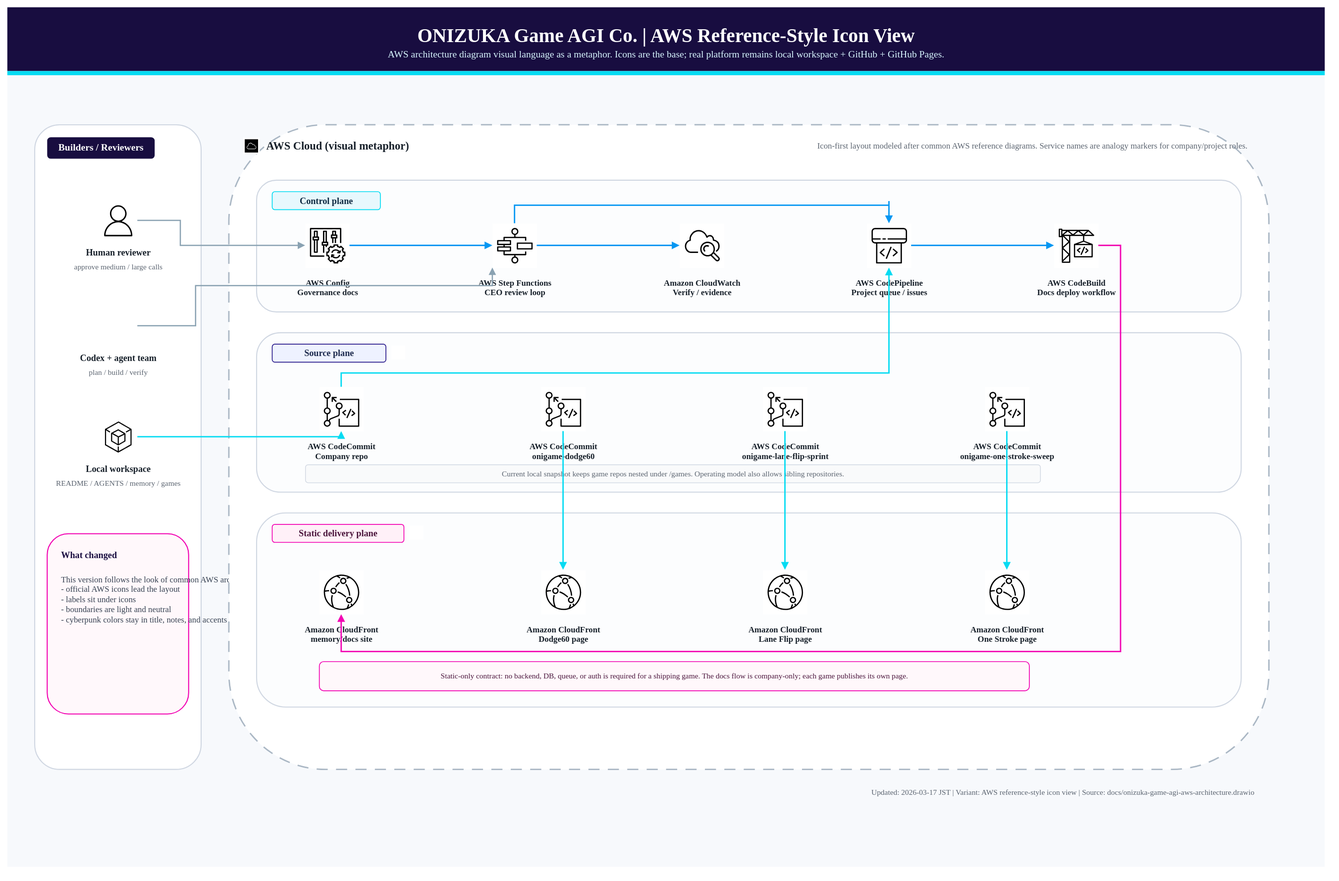
onizuka-agi-co/onizuka-game-agi-co keeps this draw.io diagram as docs/onizuka-game-agi-aws-architecture.drawio.svg. Above is the earlier version. Source tidied: cells renumbered, new cells last; positions are measured from the earlier drawing's top-left corner, leaving out a move shared by most shapes.
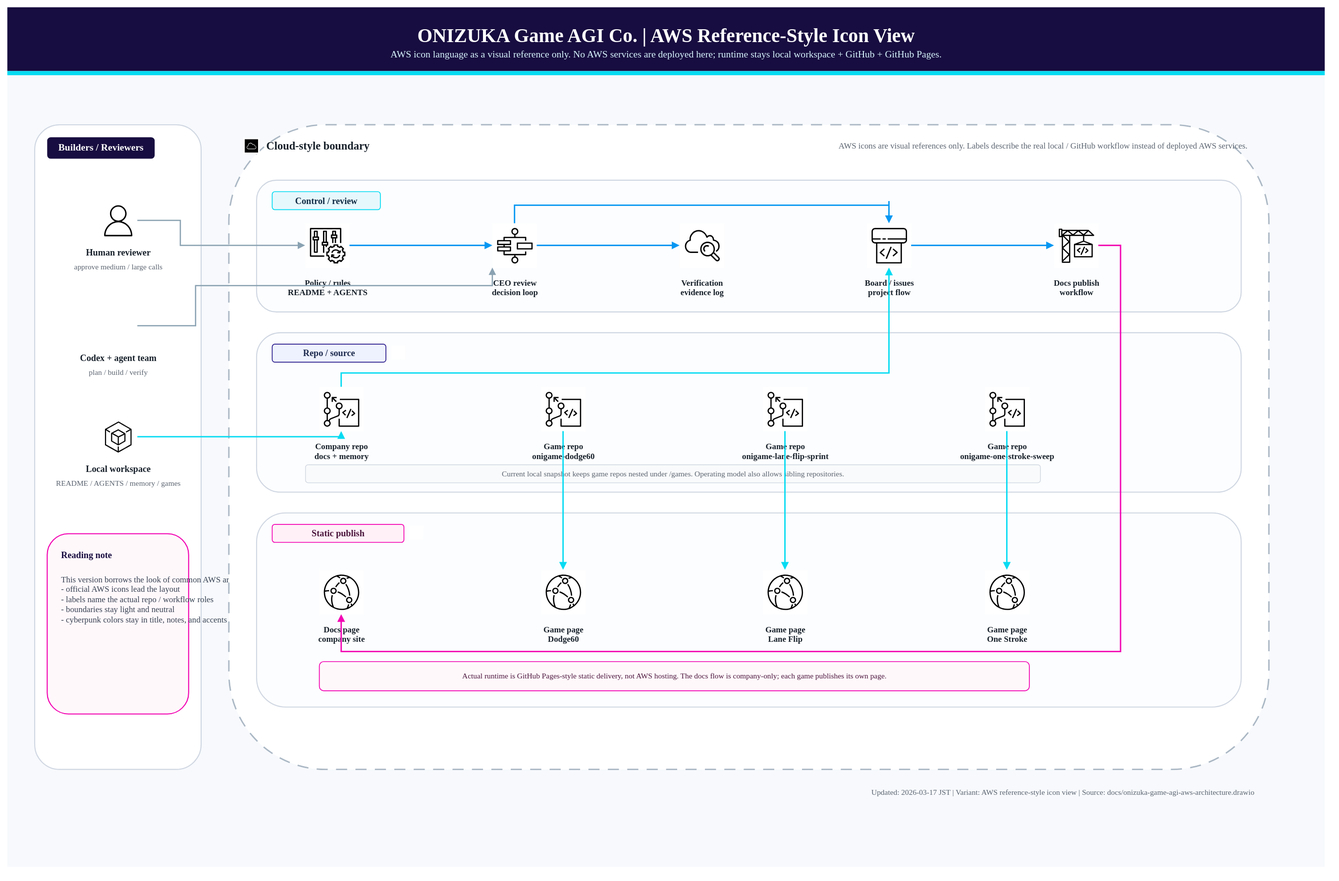
Later version of the same file.

Commit message:
🧭 Clarify the AWS-style diagram as a visual metaphor

Diff of the diagram source:
```diff
@@ -14,7 +14,7 @@
     <mxCell id="5" value="ONIZUKA Game AGI Co. | AWS Reference-Style Icon View" style="text;html=1;strokeColor=none;fillColor=none;align=center;verticalAlign=middle;fontSize=28;fontStyle=1;fontFamily=Noto Sans JP;fontColor=#FFFFFF;" parent="1" vertex="1">
       <mxGeometry x="280" y="24" width="1340" height="34" as="geometry" />
     </mxCell>
-    <mxCell id="6" value="AWS architecture diagram visual language as a metaphor. Icons are the base; real platform remains local workspace + GitHub + GitHub Pages." style="text;html=1;strokeColor=none;fillColor=none;align=center;verticalAlign=middle;fontSize=14;fontFamily=Noto Sans JP;fontColor=#D9F7FF;" parent="1" vertex="1">
+    <mxCell id="6" value="AWS icon language as a visual reference only. No AWS services are deployed here; runtime stays local workspace + GitHub + GitHub Pages." style="text;html=1;strokeColor=none;fillColor=none;align=center;verticalAlign=middle;fontSize=14;fontFamily=Noto Sans JP;fontColor=#D9F7FF;" parent="1" vertex="1">
       <mxGeometry x="220" y="58" width="1460" height="22" as="geometry" />
     </mxCell>
     <mxCell id="7" style="rounded=1;whiteSpace=wrap;html=1;fillColor=#FFFFFF;strokeColor=#D0D7E2;strokeWidth=1.5;shadow=0;" parent="1" vertex="1">
@@ -56,10 +56,10 @@
     <mxCell id="19" style="rounded=1;whiteSpace=wrap;html=1;fillColor=#FFF8FB;strokeColor=#F205B3;strokeWidth=1.5;" parent="1" vertex="1">
       <mxGeometry x="58" y="760" width="204" height="260" as="geometry" />
     </mxCell>
-    <mxCell id="20" value="What changed" style="text;html=1;strokeColor=none;fillColor=none;align=left;verticalAlign=middle;fontSize=13;fontStyle=1;fontFamily=Noto Sans JP;fontColor=#180D40;" parent="1" vertex="1">
+    <mxCell id="20" value="Reading note" style="text;html=1;strokeColor=none;fillColor=none;align=left;verticalAlign=middle;fontSize=13;fontStyle=1;fontFamily=Noto Sans JP;fontColor=#180D40;" parent="1" vertex="1">
       <mxGeometry x="76" y="780" width="160" height="20" as="geometry" />
     </mxCell>
-    <mxCell id="21" value="This version follows the look of common AWS architecture diagrams more closely:&lt;br&gt;- official AWS icons lead the layout&lt;br&gt;- labels sit under icons&lt;br&gt;- boundaries are light and neutral&lt;br&gt;- cyberpunk colors stay in title, notes, and accents only" style="text;html=1;strokeColor=none;fillColor=none;align=left;verticalAlign=top;fontSize=12;fontFamily=Noto Sans JP;fontColor=#364152;" parent="1" vertex="1">
+    <mxCell id="21" value="This version borrows the look of common AWS architecture diagrams:&lt;br&gt;- official AWS icons lead the layout&lt;br&gt;- labels name the actual repo / workflow roles&lt;br&gt;- boundaries stay light and neutral&lt;br&gt;- cyberpunk colors stay in title, notes, and accents only" style="text;html=1;strokeColor=none;fillColor=none;align=left;verticalAlign=top;fontSize=12;fontFamily=Noto Sans JP;fontColor=#364152;" parent="1" vertex="1">
       <mxGeometry x="76" y="812" width="168" height="186" as="geometry" />
     </mxCell>
     <mxCell id="22" style="rounded=1;whiteSpace=wrap;html=1;fillColor=#FFFFFF;strokeColor=#AAB7C4;strokeWidth=2;dashed=1;dashPattern=8 6;" parent="1" vertex="1">
@@ -68,10 +68,10 @@
     <mxCell id="23" style="shape=mxgraph.aws4.resourceIcon;resIcon=mxgraph.aws4.group_aws_cloud;html=1;" parent="1" vertex="1">
       <mxGeometry x="340" y="188" width="24" height="24" as="geometry" />
     </mxCell>
-    <mxCell id="24" value="AWS Cloud (visual metaphor)" style="text;html=1;strokeColor=none;fillColor=none;align=left;verticalAlign=middle;fontSize=16;fontStyle=1;fontFamily=Noto Sans JP;fontColor=#17202A;" parent="1" vertex="1">
+    <mxCell id="24" value="Cloud-style boundary" style="text;html=1;strokeColor=none;fillColor=none;align=left;verticalAlign=middle;fontSize=16;fontStyle=1;fontFamily=Noto Sans JP;fontColor=#17202A;" parent="1" vertex="1">
       <mxGeometry x="372" y="190" width="260" height="20" as="geometry" />
     </mxCell>
-    <mxCell id="25" value="Icon-first layout modeled after common AWS reference diagrams. Service names are analogy markers for company/project roles." style="text;html=1;strokeColor=none;fillColor=none;align=right;verticalAlign=middle;fontSize=12;fontFamily=Noto Sans JP;fontColor=#5B6470;" parent="1" vertex="1">
+    <mxCell id="25" value="AWS icons are visual references only. Labels describe the real local / GitHub workflow instead of deployed AWS services." style="text;html=1;strokeColor=none;fillColor=none;align=right;verticalAlign=middle;fontSize=12;fontFamily=Noto Sans JP;fontColor=#5B6470;" parent="1" vertex="1">
       <mxGeometry x="1120" y="190" width="670" height="20" as="geometry" />
     </mxCell>
     <mxCell id="26" style="rounded=1;whiteSpace=wrap;html=1;fillColor=#FCFDFE;strokeColor=#D0D7E2;strokeWidth=1.5;" parent="1" vertex="1">
@@ -80,37 +80,37 @@
     <mxCell id="27" style="rounded=1;whiteSpace=wrap;html=1;fillColor=#E7F8FD;strokeColor=#05DBF2;strokeWidth=1.2;" parent="1" vertex="1">
       <mxGeometry x="382" y="266" width="156" height="26" as="geometry" />
     </mxCell>
-    <mxCell id="28" value="Control plane" style="text;html=1;strokeColor=none;fillColor=none;align=center;verticalAlign=middle;fontSize=13;fontStyle=1;fontFamily=Noto Sans JP;fontColor=#0F2A43;" parent="1" vertex="1">
+    <mxCell id="28" value="Control / review" style="text;html=1;strokeColor=none;fillColor=none;align=center;verticalAlign=middle;fontSize=13;fontStyle=1;fontFamily=Noto Sans JP;fontColor=#0F2A43;" parent="1" vertex="1">
       <mxGeometry x="382" y="271" width="156" height="16" as="geometry" />
     </mxCell>
     <mxCell id="29" style="shape=mxgraph.aws4.resourceIcon;resIcon=mxgraph.aws4.config;html=1;" parent="1" vertex="1">
       <mxGeometry x="430" y="312" width="64" height="64" as="geometry" />
     </mxCell>
-    <mxCell id="30" value="AWS Config&lt;br&gt;Governance docs" style="text;html=1;strokeColor=none;fillColor=none;align=center;verticalAlign=top;fontSize=12;fontStyle=1;fontFamily=Noto Sans JP;fontColor=#17202A;" parent="1" vertex="1">
+    <mxCell id="30" value="Policy / rules&lt;br&gt;README + AGENTS" style="text;html=1;strokeColor=none;fillColor=none;align=center;verticalAlign=top;fontSize=12;fontStyle=1;fontFamily=Noto Sans JP;fontColor=#17202A;" parent="1" vertex="1">
       <mxGeometry x="390" y="384" width="144" height="34" as="geometry" />
     </mxCell>
     <mxCell id="31" style="shape=mxgraph.aws4.resourceIcon;resIcon=mxgraph.aws4.step_functions;html=1;" parent="1" vertex="1">
       <mxGeometry x="700" y="312" width="64" height="64" as="geometry" />
     </mxCell>
-    <mxCell id="32" value="AWS Step Functions&lt;br&gt;CEO review loop" style="text;html=1;strokeColor=none;fillColor=none;align=center;verticalAlign=top;fontSize=12;fontStyle=1;fontFamily=Noto Sans JP;fontColor=#17202A;" parent="1" vertex="1">
+    <mxCell id="32" value="CEO review&lt;br&gt;decision loop" style="text;html=1;strokeColor=none;fillColor=none;align=center;verticalAlign=top;fontSize=12;fontStyle=1;fontFamily=Noto Sans JP;fontColor=#17202A;" parent="1" vertex="1">
       <mxGeometry x="650" y="384" width="164" height="34" as="geometry" />
     </mxCell>
     <mxCell id="33" style="shape=mxgraph.aws4.resourceIcon;resIcon=mxgraph.aws4.cloudwatch;html=1;" parent="1" vertex="1">
       <mxGeometry x="970" y="312" width="64" height="64" as="geometry" />
     </mxCell>
-    <mxCell id="34" value="Amazon CloudWatch&lt;br&gt;Verify / evidence" style="text;html=1;strokeColor=none;fillColor=none;align=center;verticalAlign=top;fontSize=12;fontStyle=1;fontFamily=Noto Sans JP;fontColor=#17202A;" parent="1" vertex="1">
+    <mxCell id="34" value="Verification&lt;br&gt;evidence log" style="text;html=1;strokeColor=none;fillColor=none;align=center;verticalAlign=top;fontSize=12;fontStyle=1;fontFamily=Noto Sans JP;fontColor=#17202A;" parent="1" vertex="1">
       <mxGeometry x="918" y="384" width="168" height="34" as="geometry" />
     </mxCell>
     <mxCell id="35" style="shape=mxgraph.aws4.resourceIcon;resIcon=mxgraph.aws4.codepipeline;html=1;" parent="1" vertex="1">
       <mxGeometry x="1240" y="312" width="64" height="64" as="geometry" />
     </mxCell>
-    <mxCell id="36" value="AWS CodePipeline&lt;br&gt;Project queue / issues" style="text;html=1;strokeColor=none;fillColor=none;align=center;verticalAlign=top;fontSize=12;fontStyle=1;fontFamily=Noto Sans JP;fontColor=#17202A;" parent="1" vertex="1">
+    <mxCell id="36" value="Board / issues&lt;br&gt;project flow" style="text;html=1;strokeColor=none;fillColor=none;align=center;verticalAlign=top;fontSize=12;fontStyle=1;fontFamily=Noto Sans JP;fontColor=#17202A;" parent="1" vertex="1">
       <mxGeometry x="1180" y="384" width="184" height="34" as="geometry" />
     </mxCell>
     <mxCell id="37" style="shape=mxgraph.aws4.resourceIcon;resIcon=mxgraph.aws4.codebuild;html=1;" parent="1" vertex="1">
       <mxGeometry x="1510" y="312" width="64" height="64" as="geometry" />
     </mxCell>
-    <mxCell id="38" value="AWS CodeBuild&lt;br&gt;Docs deploy workflow" style="text;html=1;strokeColor=none;fillColor=none;align=center;verticalAlign=top;fontSize=12;fontStyle=1;fontFamily=Noto Sans JP;fontColor=#17202A;" parent="1" vertex="1">
+    <mxCell id="38" value="Docs publish&lt;br&gt;workflow" style="text;html=1;strokeColor=none;fillColor=none;align=center;verticalAlign=top;fontSize=12;fontStyle=1;fontFamily=Noto Sans JP;fontColor=#17202A;" parent="1" vertex="1">
       <mxGeometry x="1450" y="384" width="184" height="34" as="geometry" />
     </mxCell>
     <mxCell id="39" style="rounded=1;whiteSpace=wrap;html=1;fillColor=#FCFDFE;strokeColor=#D0D7E2;strokeWidth=1.5;" parent="1" vertex="1">
@@ -119,7 +119,7 @@
     <mxCell id="40" style="rounded=1;whiteSpace=wrap;html=1;fillColor=#EEF2FF;strokeColor=#2B1C8C;strokeWidth=1.2;" parent="1" vertex="1">
       <mxGeometry x="382" y="486" width="164" height="26" as="geometry" />
     </mxCell>
-    <mxCell id="41" value="Source plane" style="text;html=1;strokeColor=none;fillColor=none;align=center;verticalAlign=middle;fontSize=13;fontStyle=1;fontFamily=Noto Sans JP;fontColor=#1D2A4D;" parent="1" vertex="1">
+    <mxCell id="41" value="Repo / source" style="text;html=1;strokeColor=none;fillColor=none;align=center;verticalAlign=middle;fontSize=13;fontStyle=1;fontFamily=Noto Sans JP;fontColor=#1D2A4D;" parent="1" vertex="1">
       <mxGeometry x="382" y="491" width="164" height="16" as="geometry" />
     </mxCell>
     <mxCell id="42" style="shape=mxgraph.aws4.resourceIcon;resIcon=mxgraph.aws4.group_private_subnet;html=1;" parent="1" vertex="1">
@@ -128,25 +128,25 @@
     <mxCell id="43" style="shape=mxgraph.aws4.resourceIcon;resIcon=mxgraph.aws4.codecommit;html=1;" parent="1" vertex="1">
       <mxGeometry x="450" y="548" width="64" height="64" as="geometry" />
     </mxCell>
-    <mxCell id="44" value="AWS CodeCommit&lt;br&gt;Company repo" style="text;html=1;strokeColor=none;fillColor=none;align=center;verticalAlign=top;fontSize=12;fontStyle=1;fontFamily=Noto Sans JP;fontColor=#17202A;" parent="1" vertex="1">
+    <mxCell id="44" value="Company repo&lt;br&gt;docs + memory" style="text;html=1;strokeColor=none;fillColor=none;align=center;verticalAlign=top;fontSize=12;fontStyle=1;fontFamily=Noto Sans JP;fontColor=#17202A;" parent="1" vertex="1">
       <mxGeometry x="394" y="620" width="176" height="34" as="geometry" />
     </mxCell>
     <mxCell id="45" style="shape=mxgraph.aws4.resourceIcon;resIcon=mxgraph.aws4.codecommit;html=1;" parent="1" vertex="1">
       <mxGeometry x="770" y="548" width="64" height="64" as="geometry" />
     </mxCell>
-    <mxCell id="46" value="AWS CodeCommit&lt;br&gt;onigame-dodge60" style="text;html=1;strokeColor=none;fillColor=none;align=center;verticalAlign=top;fontSize=12;fontStyle=1;fontFamily=Noto Sans JP;fontColor=#17202A;" parent="1" vertex="1">
+    <mxCell id="46" value="Game repo&lt;br&gt;onigame-dodge60" style="text;html=1;strokeColor=none;fillColor=none;align=center;verticalAlign=top;fontSize=12;fontStyle=1;fontFamily=Noto Sans JP;fontColor=#17202A;" parent="1" vertex="1">
       <mxGeometry x="704" y="620" width="196" height="34" as="geometry" />
     </mxCell>
     <mxCell id="47" style="shape=mxgraph.aws4.resourceIcon;resIcon=mxgraph.aws4.codecommit;html=1;" parent="1" vertex="1">
       <mxGeometry x="1090" y="548" width="64" height="64" as="geometry" />
     </mxCell>
-    <mxCell id="48" value="AWS CodeCommit&lt;br&gt;onigame-lane-flip-sprint" style="text;html=1;strokeColor=none;fillColor=none;align=center;verticalAlign=top;fontSize=12;fontStyle=1;fontFamily=Noto Sans JP;fontColor=#17202A;" parent="1" vertex="1">
+    <mxCell id="48" value="Game repo&lt;br&gt;onigame-lane-flip-sprint" style="text;html=1;strokeColor=none;fillColor=none;align=center;verticalAlign=top;fontSize=12;fontStyle=1;fontFamily=Noto Sans JP;fontColor=#17202A;" parent="1" vertex="1">
       <mxGeometry x="1006" y="620" width="232" height="34" as="geometry" />
     </mxCell>
     <mxCell id="49" style="shape=mxgraph.aws4.resourceIcon;resIcon=mxgraph.aws4.codecommit;html=1;" parent="1" vertex="1">
       <mxGeometry x="1410" y="548" width="64" height="64" as="geometry" />
     </mxCell>
-    <mxCell id="50" value="AWS CodeCommit&lt;br&gt;onigame-one-stroke-sweep" style="text;html=1;strokeColor=none;fillColor=none;align=center;verticalAlign=top;fontSize=12;fontStyle=1;fontFamily=Noto Sans JP;fontColor=#17202A;" parent="1" vertex="1">
+    <mxCell id="50" value="Game repo&lt;br&gt;onigame-one-stroke-sweep" style="text;html=1;strokeColor=none;fillColor=none;align=center;verticalAlign=top;fontSize=12;fontStyle=1;fontFamily=Noto Sans JP;fontColor=#17202A;" parent="1" vertex="1">
       <mxGeometry x="1322" y="620" width="240" height="34" as="geometry" />
     </mxCell>
     <mxCell id="51" style="rounded=1;whiteSpace=wrap;html=1;fillColor=#F9FAFB;strokeColor=#D0D7E2;strokeWidth=1;" parent="1" vertex="1">
@@ -161,7 +161,7 @@
     <mxCell id="54" style="rounded=1;whiteSpace=wrap;html=1;fillColor=#FFF0F8;strokeColor=#F205B3;strokeWidth=1.2;" parent="1" vertex="1">
       <mxGeometry x="382" y="746" width="190" height="26" as="geometry" />
     </mxCell>
-    <mxCell id="55" value="Static delivery plane" style="text;html=1;strokeColor=none;fillColor=none;align=center;verticalAlign=middle;fontSize=13;fontStyle=1;fontFamily=Noto Sans JP;fontColor=#4A153C;" parent="1" vertex="1">
+    <mxCell id="55" value="Static publish" style="text;html=1;strokeColor=none;fillColor=none;align=center;verticalAlign=middle;fontSize=13;fontStyle=1;fontFamily=Noto Sans JP;fontColor=#4A153C;" parent="1" vertex="1">
       <mxGeometry x="382" y="751" width="190" height="16" as="geometry" />
     </mxCell>
     <mxCell id="56" style="shape=mxgraph.aws4.resourceIcon;resIcon=mxgraph.aws4.group_public_subnet;html=1;" parent="1" vertex="1">
@@ -170,31 +170,31 @@
     <mxCell id="57" style="shape=mxgraph.aws4.resourceIcon;resIcon=mxgraph.aws4.cloudfront;html=1;" parent="1" vertex="1">
       <mxGeometry x="450" y="812" width="64" height="64" as="geometry" />
     </mxCell>
-    <mxCell id="58" value="Amazon CloudFront&lt;br&gt;memory/docs site" style="text;html=1;strokeColor=none;fillColor=none;align=center;verticalAlign=top;fontSize=12;fontStyle=1;fontFamily=Noto Sans JP;fontColor=#17202A;" parent="1" vertex="1">
+    <mxCell id="58" value="Docs page&lt;br&gt;company site" style="text;html=1;strokeColor=none;fillColor=none;align=center;verticalAlign=top;fontSize=12;fontStyle=1;fontFamily=Noto Sans JP;fontColor=#17202A;" parent="1" vertex="1">
       <mxGeometry x="388" y="884" width="188" height="34" as="geometry" />
     </mxCell>
     <mxCell id="59" style="shape=mxgraph.aws4.resourceIcon;resIcon=mxgraph.aws4.cloudfront;html=1;" parent="1" vertex="1">
       <mxGeometry x="770" y="812" width="64" height="64" as="geometry" />
     </mxCell>
-    <mxCell id="60" value="Amazon CloudFront&lt;br&gt;Dodge60 page" style="text;html=1;strokeColor=none;fillColor=none;align=center;verticalAlign=top;fontSize=12;fontStyle=1;fontFamily=Noto Sans JP;fontColor=#17202A;" parent="1" vertex="1">
+    <mxCell id="60" value="Game page&lt;br&gt;Dodge60" style="text;html=1;strokeColor=none;fillColor=none;align=center;verticalAlign=top;fontSize=12;fontStyle=1;fontFamily=Noto Sans JP;fontColor=#17202A;" parent="1" vertex="1">
       <mxGeometry x="708" y="884" width="188" height="34" as="geometry" />
     </mxCell>
     <mxCell id="61" style="shape=mxgraph.aws4.resourceIcon;resIcon=mxgraph.aws4.cloudfront;html=1;" parent="1" vertex="1">
       <mxGeometry x="1090" y="812" width="64" height="64" as="geometry" />
     </mxCell>
-    <mxCell id="62" value="Amazon CloudFront&lt;br&gt;Lane Flip page" style="text;html=1;strokeColor=none;fillColor=none;align=center;verticalAlign=top;fontSize=12;fontStyle=1;fontFamily=Noto Sans JP;fontColor=#17202A;" parent="1" vertex="1">
+    <mxCell id="62" value="Game page&lt;br&gt;Lane Flip" style="text;html=1;strokeColor=none;fillColor=none;align=center;verticalAlign=top;fontSize=12;fontStyle=1;fontFamily=Noto Sans JP;fontColor=#17202A;" parent="1" vertex="1">
       <mxGeometry x="1028" y="884" width="188" height="34" as="geometry" />
     </mxCell>
     <mxCell id="63" style="shape=mxgraph.aws4.resourceIcon;resIcon=mxgraph.aws4.cloudfront;html=1;" parent="1" vertex="1">
       <mxGeometry x="1410" y="812" width="64" height="64" as="geometry" />
     </mxCell>
-    <mxCell id="64" value="Amazon CloudFront&lt;br&gt;One Stroke page" style="text;html=1;strokeColor=none;fillColor=none;align=center;verticalAlign=top;fontSize=12;fontStyle=1;fontFamily=Noto Sans JP;fontColor=#17202A;" parent="1" vertex="1">
+    <mxCell id="64" value="Game page&lt;br&gt;One Stroke" style="text;html=1;strokeColor=none;fillColor=none;align=center;verticalAlign=top;fontSize=12;fontStyle=1;fontFamily=Noto Sans JP;fontColor=#17202A;" parent="1" vertex="1">
       <mxGeometry x="1348" y="884" width="188" height="34" as="geometry" />
     </mxCell>
     <mxCell id="65" style="rounded=1;whiteSpace=wrap;html=1;fillColor=#FFF8FB;strokeColor=#F205B3;strokeWidth=1.2;" parent="1" vertex="1">
       <mxGeometry x="450" y="944" width="1024" height="42" as="geometry" />
     </mxCell>
-    <mxCell id="66" value="Static-only contract: no backend, DB, queue, or auth is required for a shipping game. The docs flow is company-only; each game publishes its own page." style="text;html=1;strokeColor=none;fillColor=none;align=center;verticalAlign=middle;fontSize=11;fontFamily=Noto Sans JP;fontColor=#4A153C;" parent="1" vertex="1">
+    <mxCell id="66" value="Actual runtime is GitHub Pages-style static delivery, not AWS hosting. The docs flow is company-only; each game publishes its own page." style="text;html=1;strokeColor=none;fillColor=none;align=center;verticalAlign=middle;fontSize=11;fontFamily=Noto Sans JP;fontColor=#4A153C;" parent="1" vertex="1">
       <mxGeometry x="464" y="956" width="996" height="18" as="geometry" />
     </mxCell>
     <mxCell id="67" style="edgeStyle=orthogonalEdgeStyle;rounded=0;jettySize=auto;html=1;strokeColor=#8AA2B2;strokeWidth=1.8;endArrow=block;endFill=1;" parent="1" edge="1" source="10" target="29">
```
